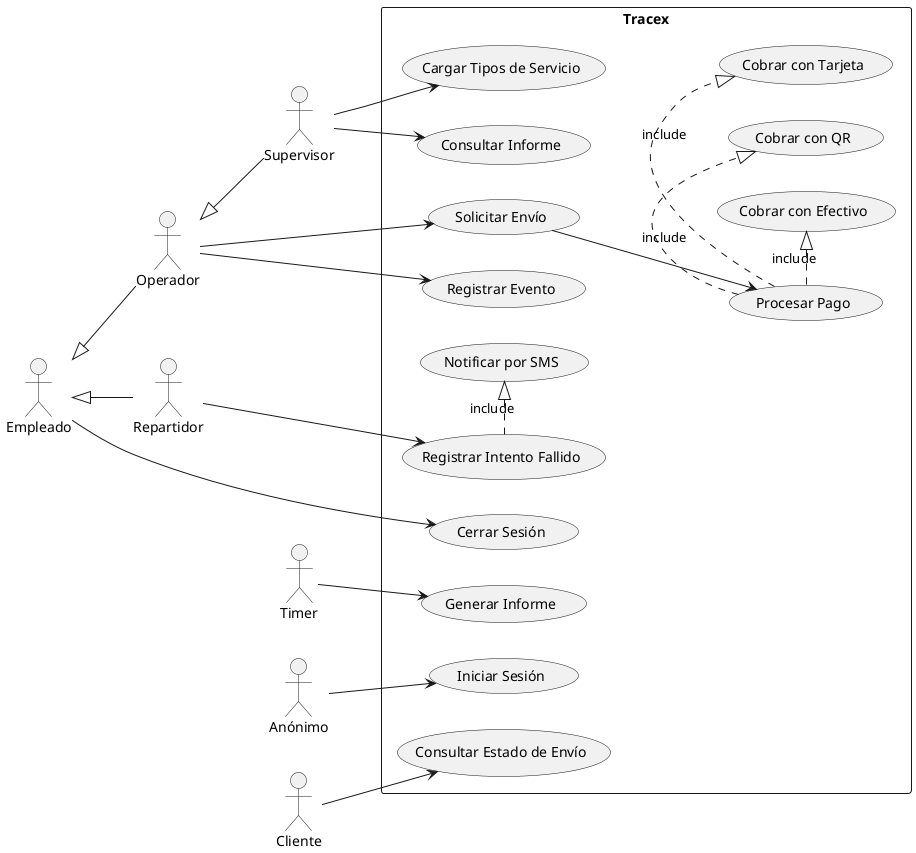
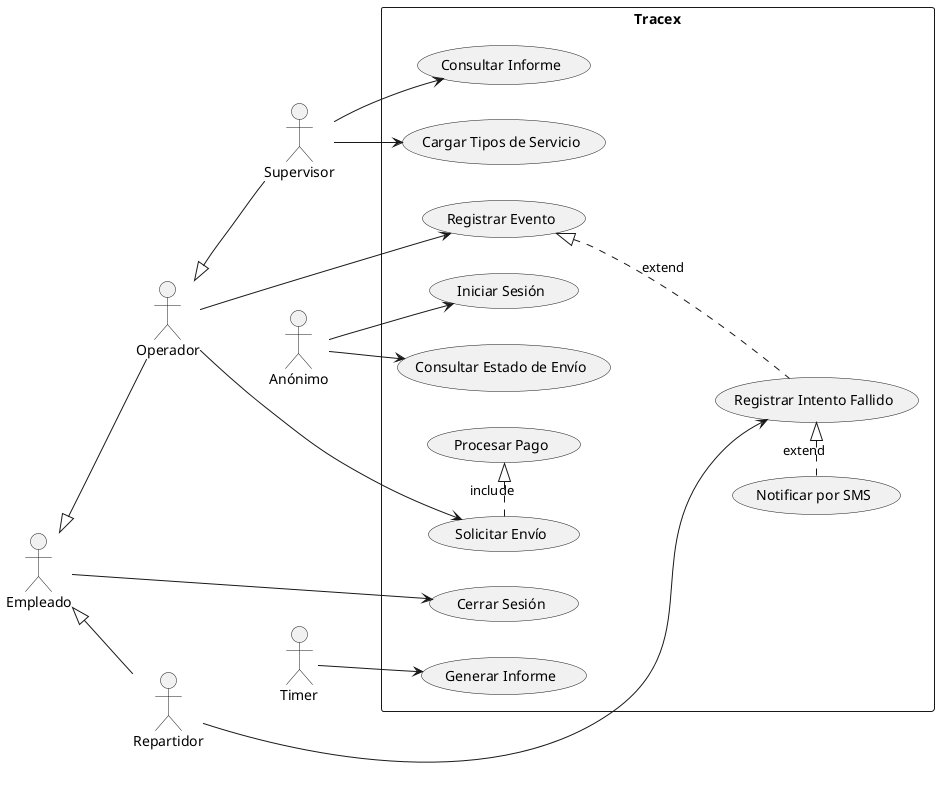
@startuml tracex_001_use_case
left to right direction
actor "Empleado" as emp
actor "Operador" as op
actor "Supervisor" as sup
actor "Repartidor" as rep
actor "Timer" as tim
actor "Anónimo" as an
- actor "Cliente" as cli

emp <|-- op
emp <|-- rep
op <|-- sup

rectangle Tracex {
    usecase "Solicitar Envío" as UC1
    usecase "Registrar Evento" as UC2
    usecase "Iniciar Sesión" as UC3
    usecase "Cerrar Sesión" as UC4
    usecase "Cargar Tipos de Servicio" as UC5
    usecase "Generar Informe" as UC6
    usecase "Procesar Pago" as UC7
    usecase "Consultar Estado de Envío" as UC8
    usecase "Registrar Intento Fallido" as UC9
    usecase "Notificar por SMS" as UC10
    usecase "Consultar Informe" as UC11
-     usecase "Cobrar con QR" as UC12
-     usecase "Cobrar con Efectivo" as UC13
-     usecase "Cobrar con Tarjeta" as UC14
}

an --> UC3
op --> UC1
op --> UC2
emp --> UC4
sup --> UC11
sup --> UC5
tim --> UC6
- UC1 --> UC7
- UC7 .|> UC12 : include
- UC7 .|> UC13 : include
- UC7 .|> UC14 : include
- cli --> UC8
+ UC1 .|> UC7 : include
+ an --> UC8
rep --> UC9
- UC9 .|> UC10 : include
+ UC10 .|> UC9 : extend
+ UC2 <|.. UC9 : extend
@enduml